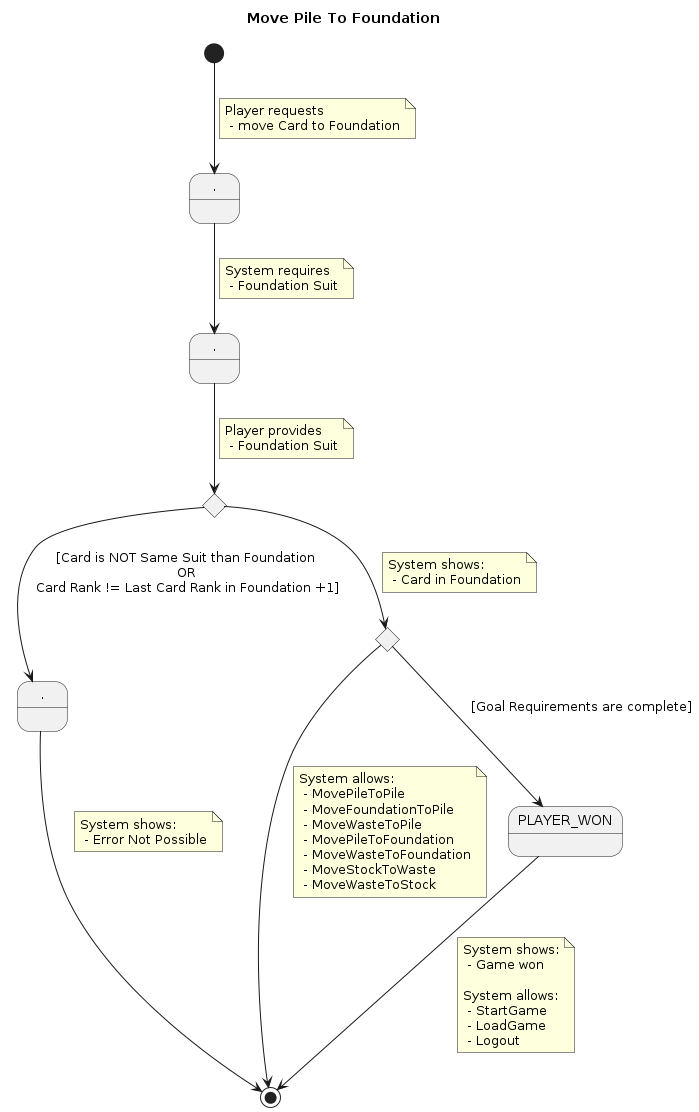
This is 02-requisitos/specifications/MoveToFoundation.png from marinasayols/MDWP1RUP-Klondike, a PlantUML export, as it was before one commit.
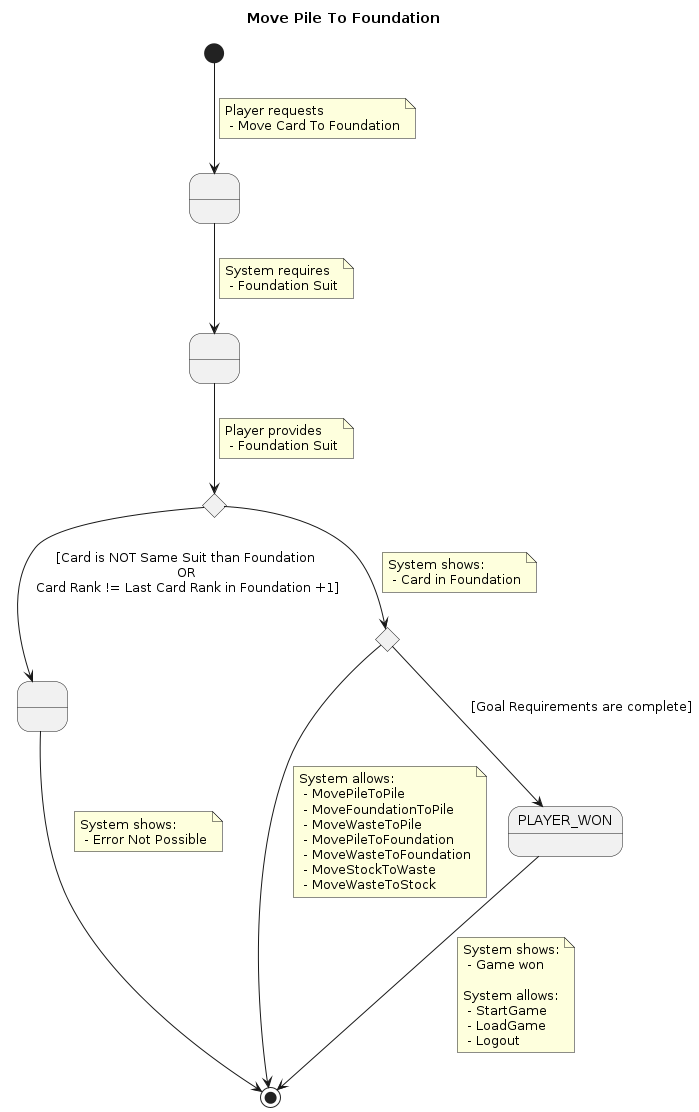
Later version of the same file.

What changed in the source:
```diff
@@ -1,16 +1,16 @@
 @startuml
 title Move Pile To Foundation
 
-state "." as s1
-state "." as s2
-state "." as s3
+state " " as s1
+state " " as s2
+state " " as s3
 state c1 <<choice>>
 state c2 <<choice>>
 
 [*] --> s1
 note on link
 	Player requests
-	 - move Card to Foundation
+	 - Move Card To Foundation
 end note
 s1 --> s2
 note on link
```
